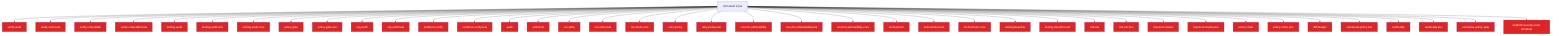
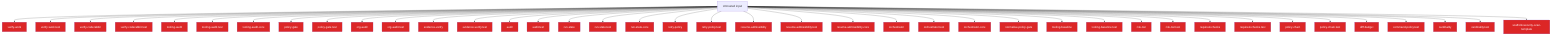
flowchart TD
  Untrusted["Untrusted input"]
  verify_work_df70ecac["verify-work"]
  Untrusted --> verify_work_df70ecac
  verify_work_test_0e12f6c5["verify-work.test"]
  Untrusted --> verify_work_test_0e12f6c5
  verify_coderabbit_490b4e71["verify-coderabbit"]
  Untrusted --> verify_coderabbit_490b4e71
  verify_coderabbit_test_46cfcf29["verify-coderabbit.test"]
  Untrusted --> verify_coderabbit_test_46cfcf29
  tooling_audit_8a8239ff["tooling-audit"]
  Untrusted --> tooling_audit_8a8239ff
  tooling_audit_test_d2aee28c["tooling-audit.test"]
  Untrusted --> tooling_audit_test_d2aee28c
  tooling_audit_core_328d6a41["tooling-audit-core"]
  Untrusted --> tooling_audit_core_328d6a41
  policy_gate_213f7313["policy-gate"]
  Untrusted --> policy_gate_213f7313
  policy_gate_test_203a5261["policy-gate.test"]
  Untrusted --> policy_gate_test_203a5261
  org_audit_d739e44b["org-audit"]
  Untrusted --> org_audit_d739e44b
  org_audit_test_0fd9cae8["org-audit.test"]
  Untrusted --> org_audit_test_0fd9cae8
  evidence_verify_3b73c290["evidence-verify"]
  Untrusted --> evidence_verify_3b73c290
  evidence_verify_test_7373101d["evidence-verify.test"]
  Untrusted --> evidence_verify_test_7373101d
  audit_b81f37a0["audit"]
  Untrusted --> audit_b81f37a0
  audit_test_54ea1006["audit.test"]
  Untrusted --> audit_test_54ea1006
  run_state_94d814a7["run-state"]
  Untrusted --> run_state_94d814a7
  run_state_test_ee8298e8["run-state.test"]
  Untrusted --> run_state_test_ee8298e8
  run_state_core_25a955bc["run-state-core"]
  Untrusted --> run_state_core_25a955bc
  retry_policy_eebf8de9["retry-policy"]
  Untrusted --> retry_policy_eebf8de9
  retry_policy_test_fff144eb["retry-policy.test"]
  Untrusted --> retry_policy_test_fff144eb
  resume_admissibility_a59835da["resume-admissibility"]
  Untrusted --> resume_admissibility_a59835da
  resume_admissibility_test_eba58e3d["resume-admissibility.test"]
  Untrusted --> resume_admissibility_test_eba58e3d
  resume_admissibility_core_8ab84488["resume-admissibility-core"]
  Untrusted --> resume_admissibility_core_8ab84488
  orchestrator_11376b7e["orchestrator"]
  Untrusted --> orchestrator_11376b7e
  orchestrator_test_18d2fe26["orchestrator.test"]
  Untrusted --> orchestrator_test_18d2fe26
  orchestrator_core_d0678b53["orchestrator-core"]
  Untrusted --> orchestrator_core_d0678b53
+   normalise_policy_gate_90229693["normalise-policy-gate"]
+   Untrusted --> normalise_policy_gate_90229693
  tooling_baseline_50ab2eeb["tooling-baseline"]
  Untrusted --> tooling_baseline_50ab2eeb
  tooling_baseline_test_d272ddb6["tooling-baseline.test"]
  Untrusted --> tooling_baseline_test_d272ddb6
  risk_tier_1_96b6ff91["risk-tier"]
  Untrusted --> risk_tier_1_96b6ff91
  risk_tier_test_1_6f021f87["risk-tier.test"]
  Untrusted --> risk_tier_test_1_6f021f87
  required_checks_46396214["required-checks"]
  Untrusted --> required_checks_46396214
  required_checks_test_e7da46e9["required-checks.test"]
  Untrusted --> required_checks_test_e7da46e9
  policy_chain_0c92e343["policy-chain"]
  Untrusted --> policy_chain_0c92e343
  policy_chain_test_bce92046["policy-chain.test"]
  Untrusted --> policy_chain_test_bce92046
  diff_budget_1_9f85eb1c["diff-budget"]
  Untrusted --> diff_budget_1_9f85eb1c
  command_policy_test_66e89e89["command-policy.test"]
  Untrusted --> command_policy_test_66e89e89
  cardinality_ebef8aff["cardinality"]
  Untrusted --> cardinality_ebef8aff
  cardinality_test_c00e7edb["cardinality.test"]
  Untrusted --> cardinality_test_c00e7edb
-   normalise_policy_gate_90229693["normalise-policy-gate"]
-   Untrusted --> normalise_policy_gate_90229693
  scaffold_security_scan_template_55bc7465["scaffold-security-scan-template"]
  Untrusted --> scaffold_security_scan_template_55bc7465
  classDef securityNode fill:#dc2626,color:#fff
-   class verify_work_df70ecac,verify_work_test_0e12f6c5,verify_coderabbit_490b4e71,verify_coderabbit_test_46cfcf29,tooling_audit_8a8239ff,tooling_audit_test_d2aee28c,tooling_audit_core_328d6a41,policy_gate_213f7313,policy_gate_test_203a5261,org_audit_d739e44b,org_audit_test_0fd9cae8,evidence_verify_3b73c290,evidence_verify_test_7373101d,audit_b81f37a0,audit_test_54ea1006,run_state_94d814a7,run_state_test_ee8298e8,run_state_core_25a955bc,retry_policy_eebf8de9,retry_policy_test_fff144eb,resume_admissibility_a59835da,resume_admissibility_test_eba58e3d,resume_admissibility_core_8ab84488,orchestrator_11376b7e,orchestrator_test_18d2fe26,orchestrator_core_d0678b53,tooling_baseline_50ab2eeb,tooling_baseline_test_d272ddb6,risk_tier_1_96b6ff91,risk_tier_test_1_6f021f87,required_checks_46396214,required_checks_test_e7da46e9,policy_chain_0c92e343,policy_chain_test_bce92046,diff_budget_1_9f85eb1c,command_policy_test_66e89e89,cardinality_ebef8aff,cardinality_test_c00e7edb,normalise_policy_gate_90229693,scaffold_security_scan_template_55bc7465 securityNode
+   class verify_work_df70ecac,verify_work_test_0e12f6c5,verify_coderabbit_490b4e71,verify_coderabbit_test_46cfcf29,tooling_audit_8a8239ff,tooling_audit_test_d2aee28c,tooling_audit_core_328d6a41,policy_gate_213f7313,policy_gate_test_203a5261,org_audit_d739e44b,org_audit_test_0fd9cae8,evidence_verify_3b73c290,evidence_verify_test_7373101d,audit_b81f37a0,audit_test_54ea1006,run_state_94d814a7,run_state_test_ee8298e8,run_state_core_25a955bc,retry_policy_eebf8de9,retry_policy_test_fff144eb,resume_admissibility_a59835da,resume_admissibility_test_eba58e3d,resume_admissibility_core_8ab84488,orchestrator_11376b7e,orchestrator_test_18d2fe26,orchestrator_core_d0678b53,normalise_policy_gate_90229693,tooling_baseline_50ab2eeb,tooling_baseline_test_d272ddb6,risk_tier_1_96b6ff91,risk_tier_test_1_6f021f87,required_checks_46396214,required_checks_test_e7da46e9,policy_chain_0c92e343,policy_chain_test_bce92046,diff_budget_1_9f85eb1c,command_policy_test_66e89e89,cardinality_ebef8aff,cardinality_test_c00e7edb,scaffold_security_scan_template_55bc7465 securityNode
